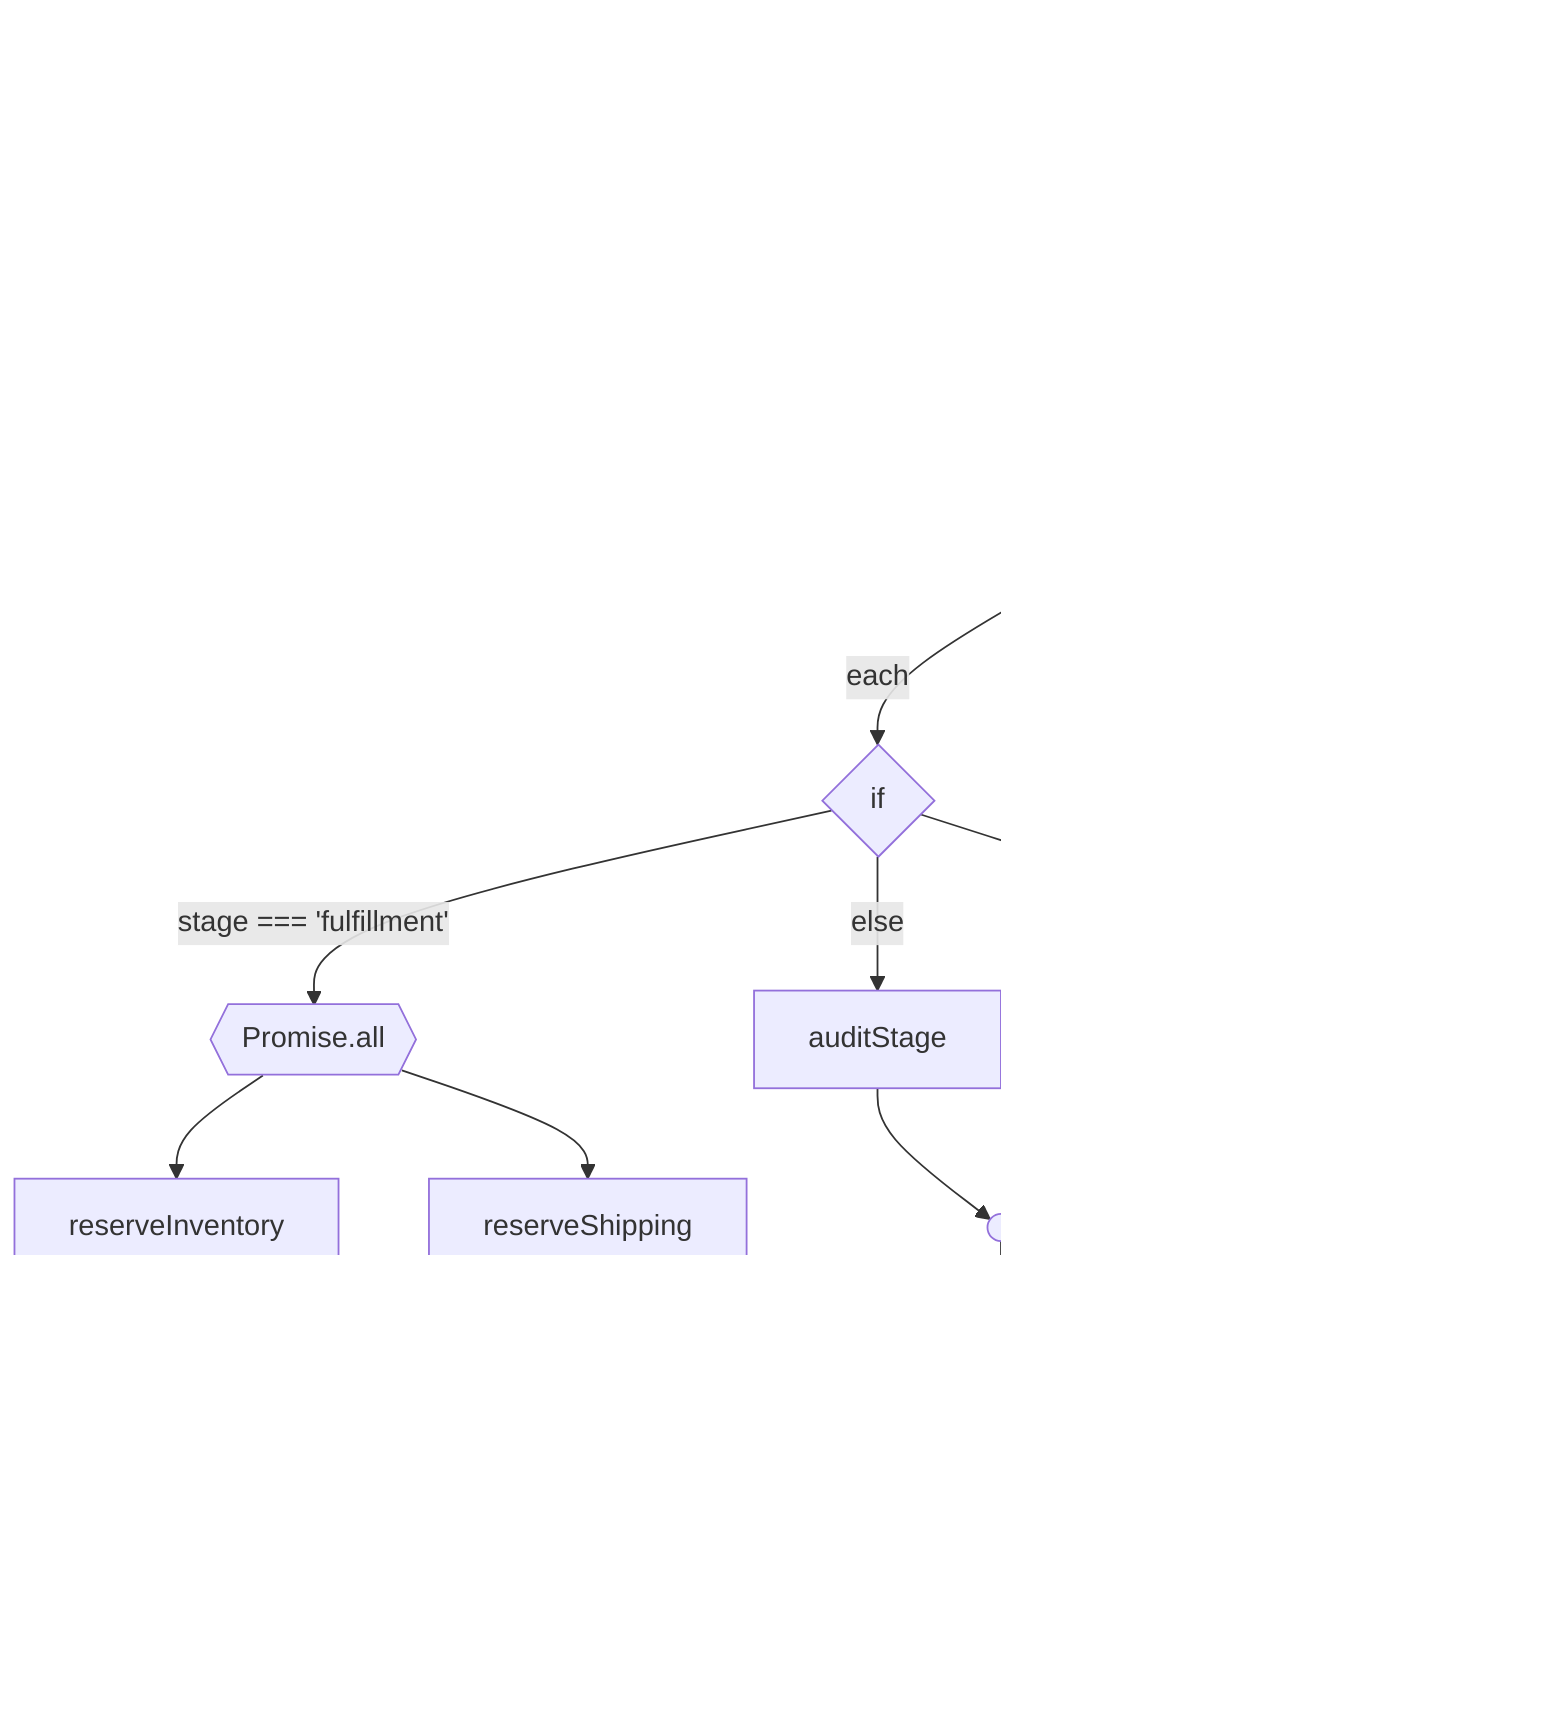
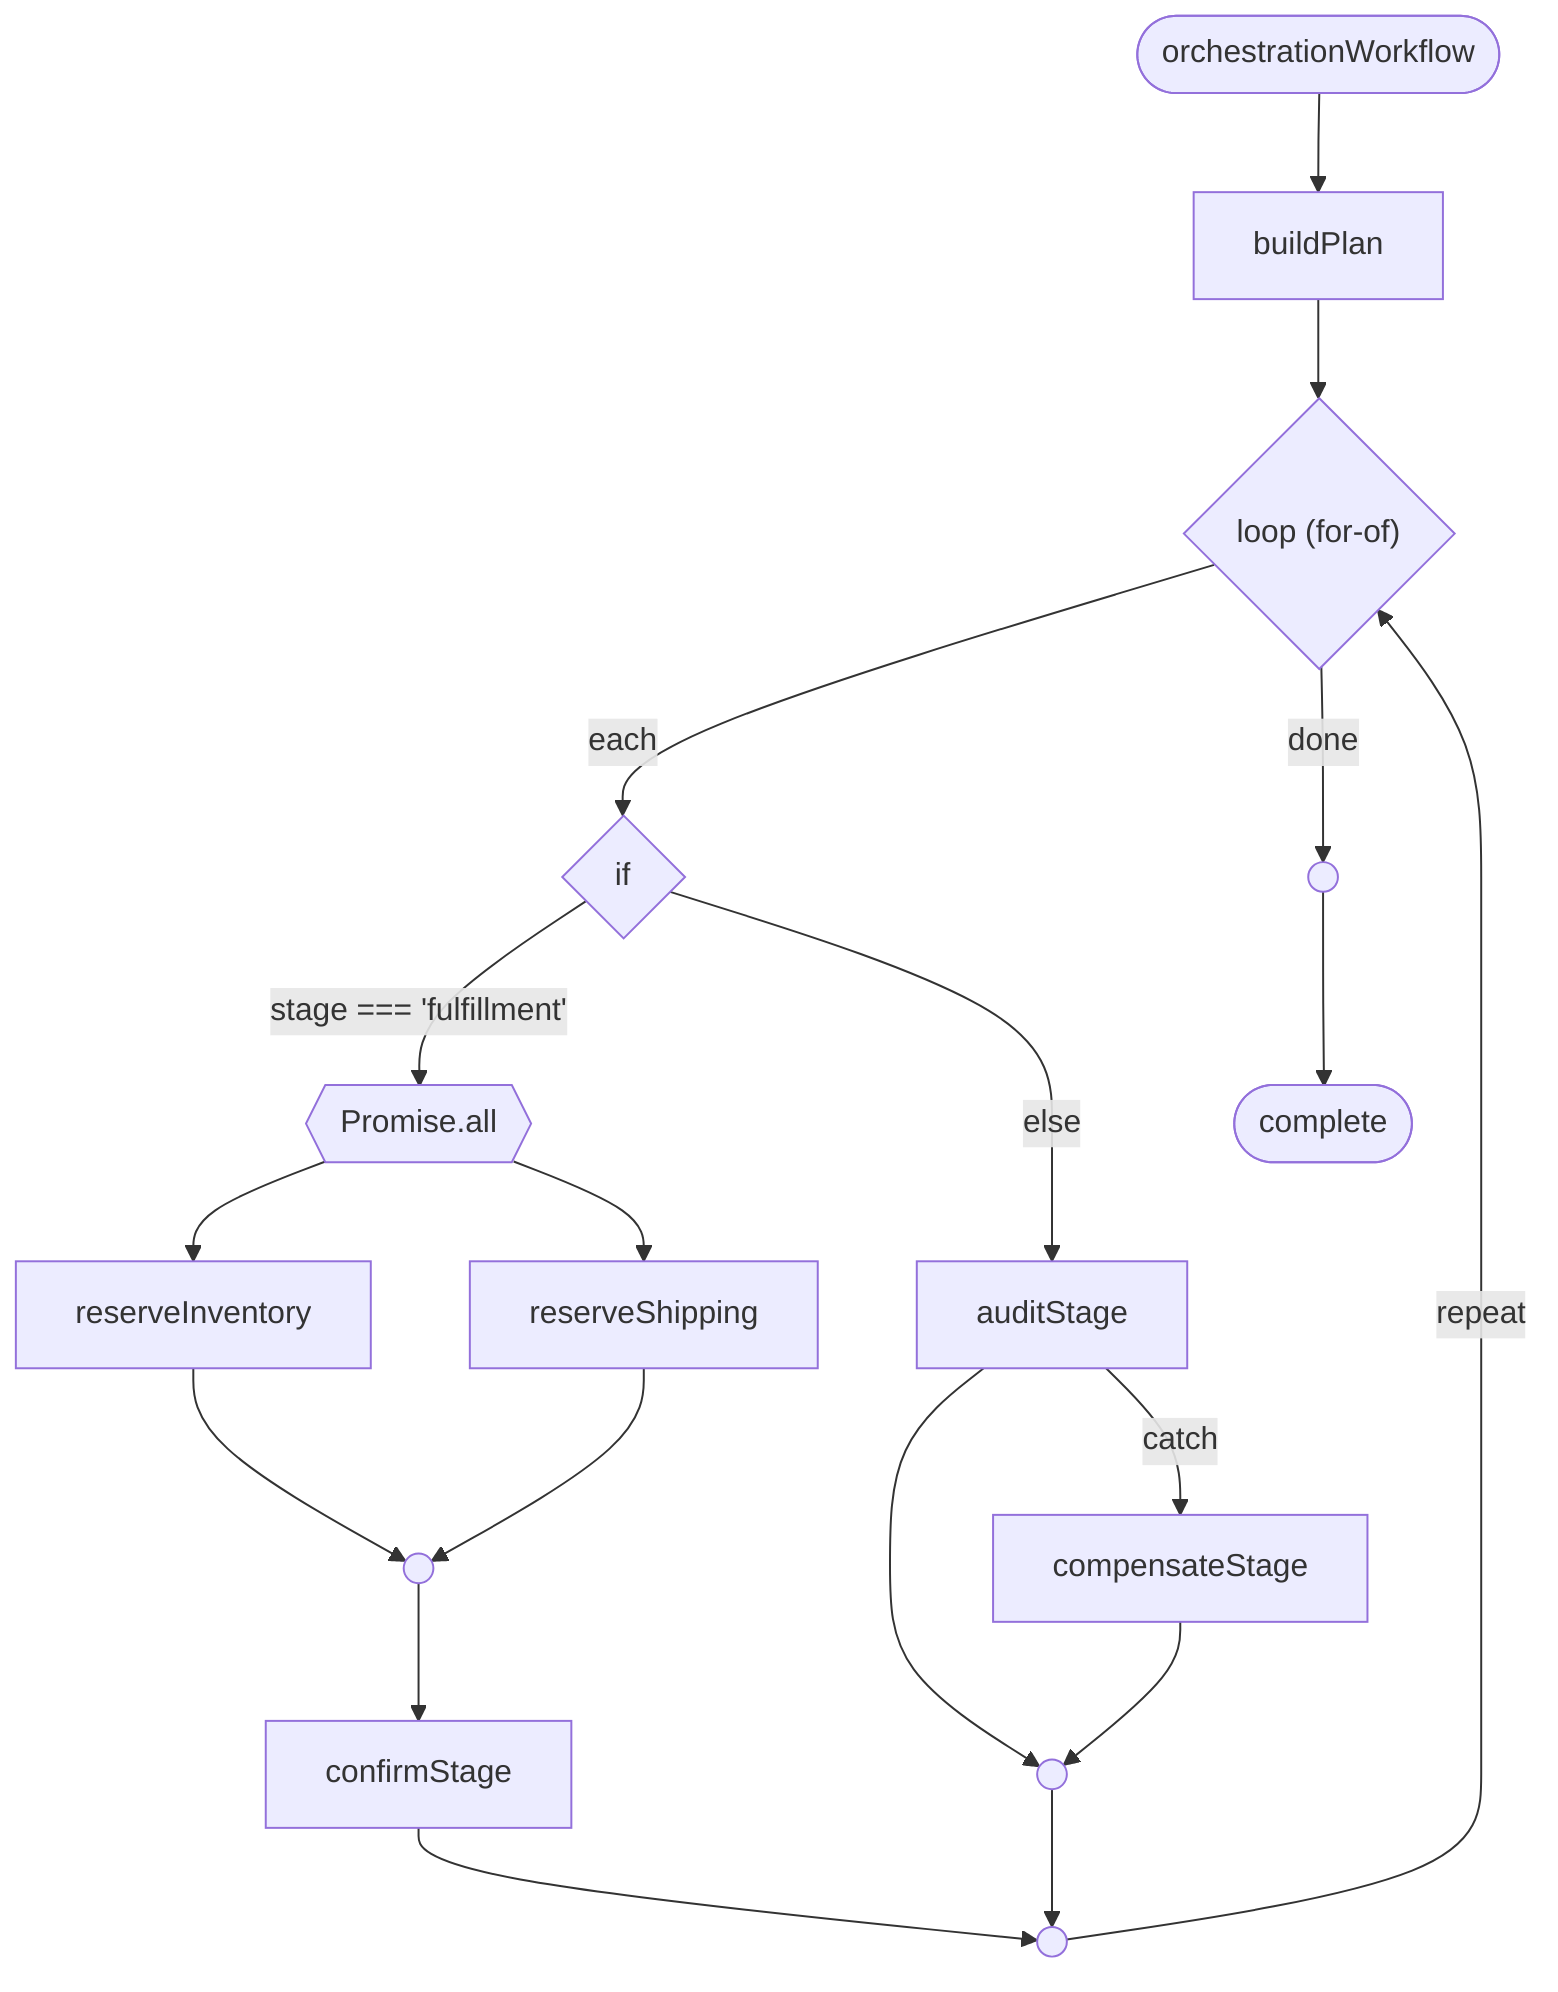
flowchart TD
  start(["orchestrationWorkflow"])
  flow_orchestrationWorkflow_1["buildPlan"]
  flow_orchestrationWorkflow_10{"loop (for-of)"}
+   n1(( ))
  flow_orchestrationWorkflow_9{"if"}
-   n1(( ))
+   n2(( ))
  flow_orchestrationWorkflow_2{{"Promise.all"}}
-   n2(( ))
+   n3(( ))
  flow_orchestrationWorkflow_3["reserveInventory"]
  flow_orchestrationWorkflow_4["reserveShipping"]
  flow_orchestrationWorkflow_5["confirmStage"]
-   n3(( ))
+   n4(( ))
  flow_orchestrationWorkflow_7["auditStage"]
  flow_orchestrationWorkflow_8["compensateStage"]
  complete(["complete"])
  start --> flow_orchestrationWorkflow_1
  flow_orchestrationWorkflow_1 --> flow_orchestrationWorkflow_10
  flow_orchestrationWorkflow_10 -->|"each"| flow_orchestrationWorkflow_9
  flow_orchestrationWorkflow_9 -->|"stage === 'fulfillment'"| flow_orchestrationWorkflow_2
  flow_orchestrationWorkflow_2 --> flow_orchestrationWorkflow_3
-   flow_orchestrationWorkflow_3 --> n2
+   flow_orchestrationWorkflow_3 --> n3
  flow_orchestrationWorkflow_2 --> flow_orchestrationWorkflow_4
-   flow_orchestrationWorkflow_4 --> n2
-   n2 --> flow_orchestrationWorkflow_5
-   flow_orchestrationWorkflow_5 --> n1
+   flow_orchestrationWorkflow_4 --> n3
+   n3 --> flow_orchestrationWorkflow_5
+   flow_orchestrationWorkflow_5 --> n2
  flow_orchestrationWorkflow_9 -->|"else"| flow_orchestrationWorkflow_7
-   flow_orchestrationWorkflow_7 --> n3
-   flow_orchestrationWorkflow_9 -->|"catch"| flow_orchestrationWorkflow_8
-   flow_orchestrationWorkflow_8 --> n3
-   n3 --> n1
-   n1 -->|"repeat"| flow_orchestrationWorkflow_10
-   flow_orchestrationWorkflow_10 --> complete
+   flow_orchestrationWorkflow_7 --> n4
+   flow_orchestrationWorkflow_7 -->|"catch"| flow_orchestrationWorkflow_8
+   flow_orchestrationWorkflow_8 --> n4
+   n4 --> n2
+   n2 -->|"repeat"| flow_orchestrationWorkflow_10
+   flow_orchestrationWorkflow_10 -->|"done"| n1
+   n1 --> complete
